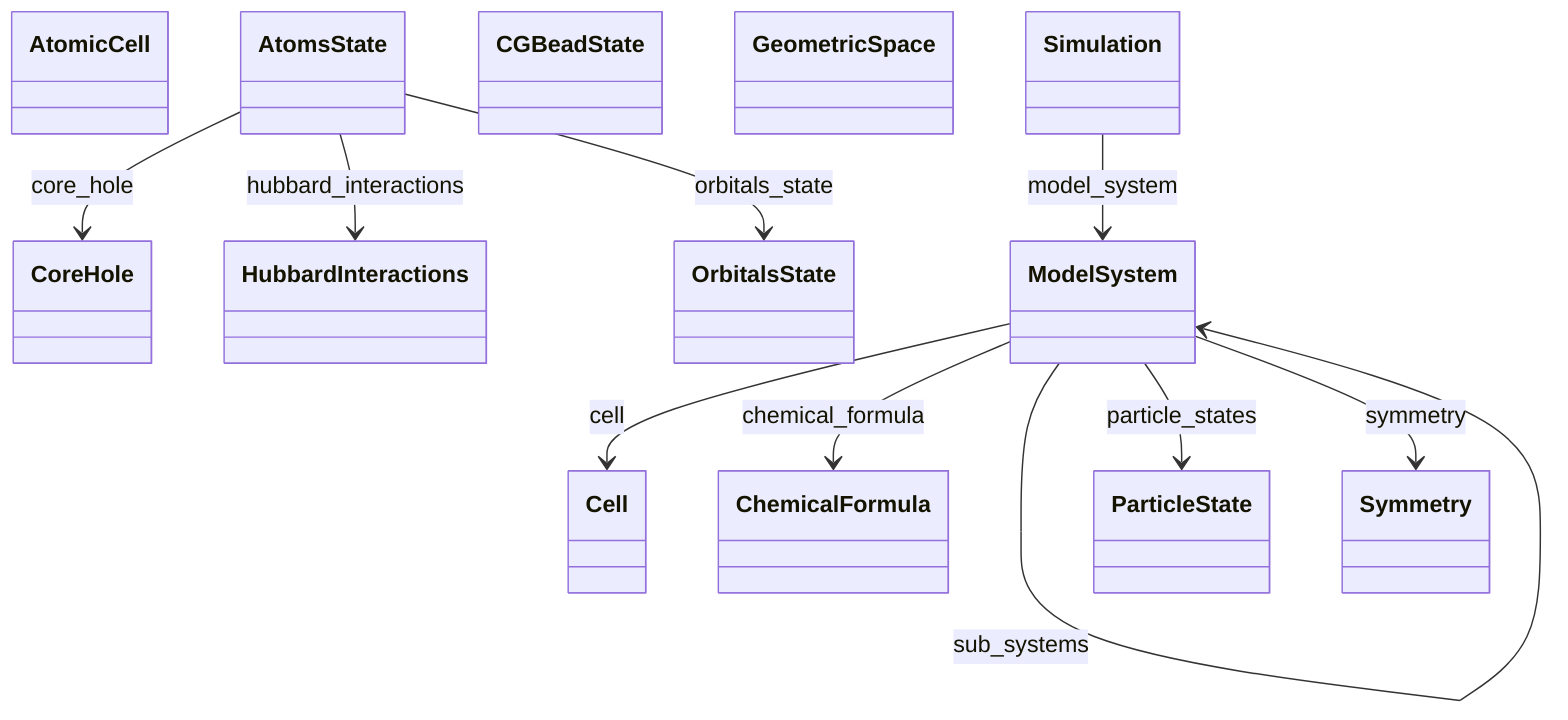
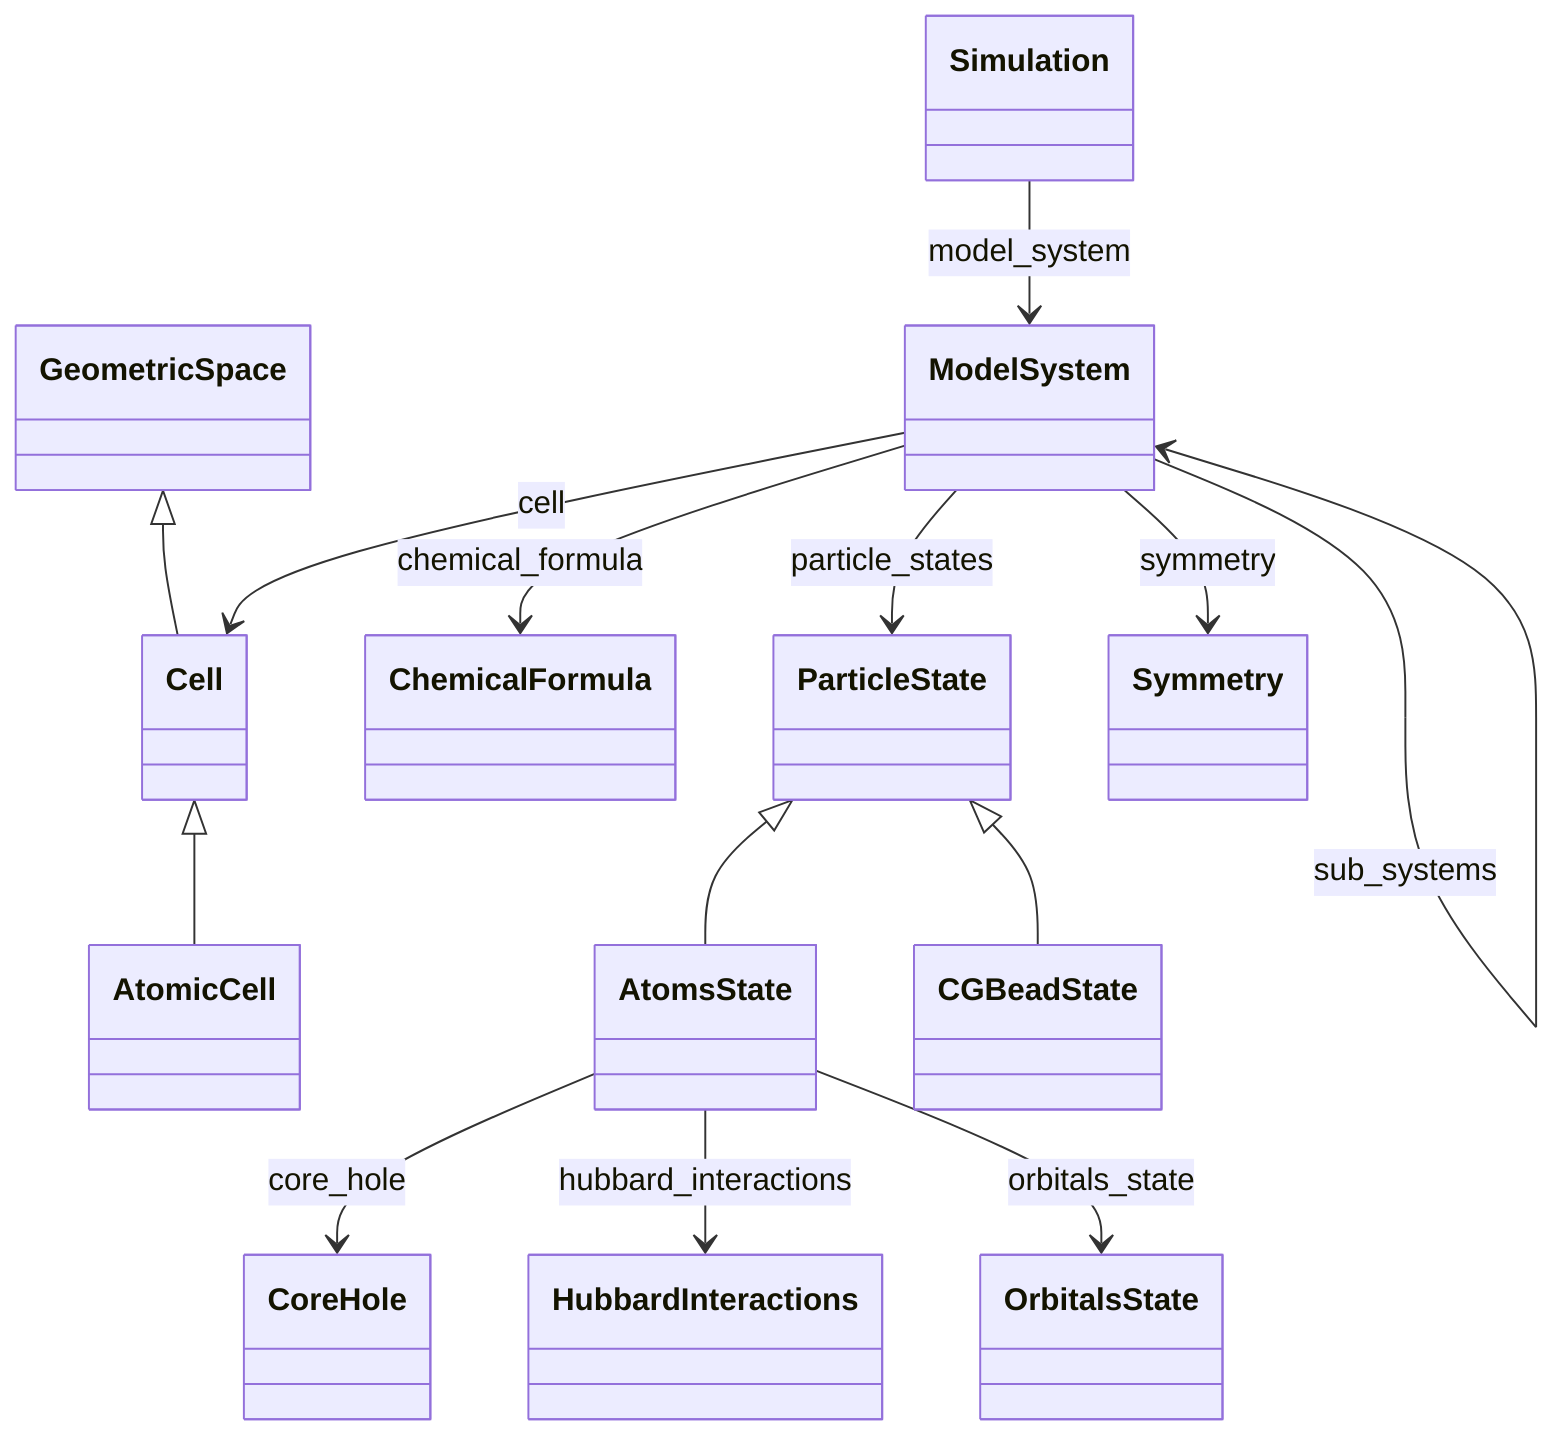
classDiagram
    class AtomicCell
    class AtomsState
    class CGBeadState
    class Cell
    class ChemicalFormula
    class CoreHole
    class GeometricSpace
    class HubbardInteractions
    class ModelSystem
    class OrbitalsState
    class ParticleState
    class Simulation
    class Symmetry
+     Cell <|-- AtomicCell
+     ParticleState <|-- AtomsState
+     ParticleState <|-- CGBeadState
+     GeometricSpace <|-- Cell
    AtomsState --> CoreHole : core_hole
    AtomsState --> HubbardInteractions : hubbard_interactions
    AtomsState --> OrbitalsState : orbitals_state
    ModelSystem --> Cell : cell
    ModelSystem --> ChemicalFormula : chemical_formula
    ModelSystem --> ModelSystem : sub_systems
    ModelSystem --> ParticleState : particle_states
    ModelSystem --> Symmetry : symmetry
    Simulation --> ModelSystem : model_system
